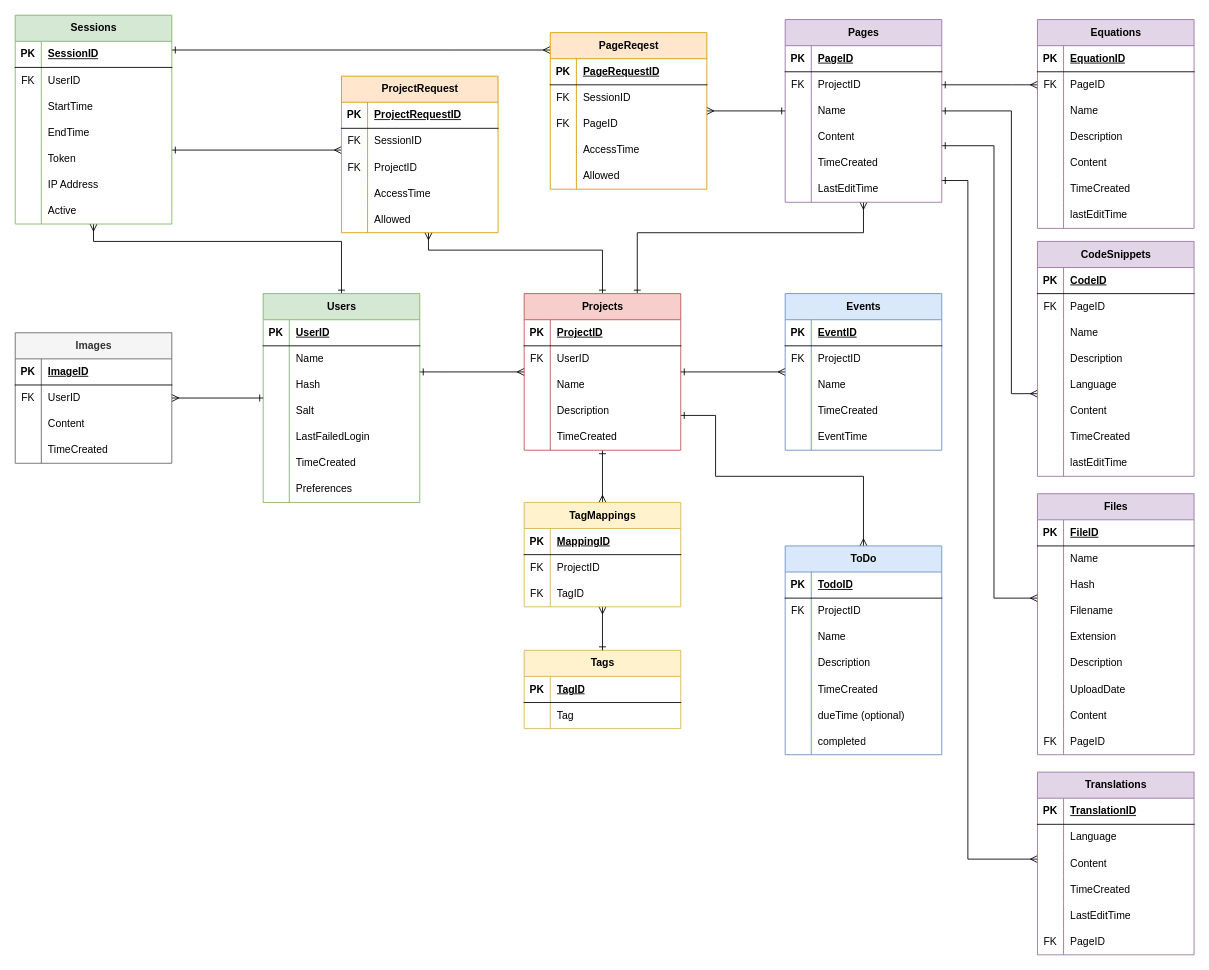
The draw.io diagram assets/ERD.drawio in Maple-Lazuli/one-place-v3, before the edit. Source tidied: cells renumbered, new cells numbered last; positions are measured from the earlier drawing's top-left corner, leaving out a move shared by most shapes. Both pictures are drawn from the tidied source at 87%, with x=0, y=0 at pixel (15, 15).
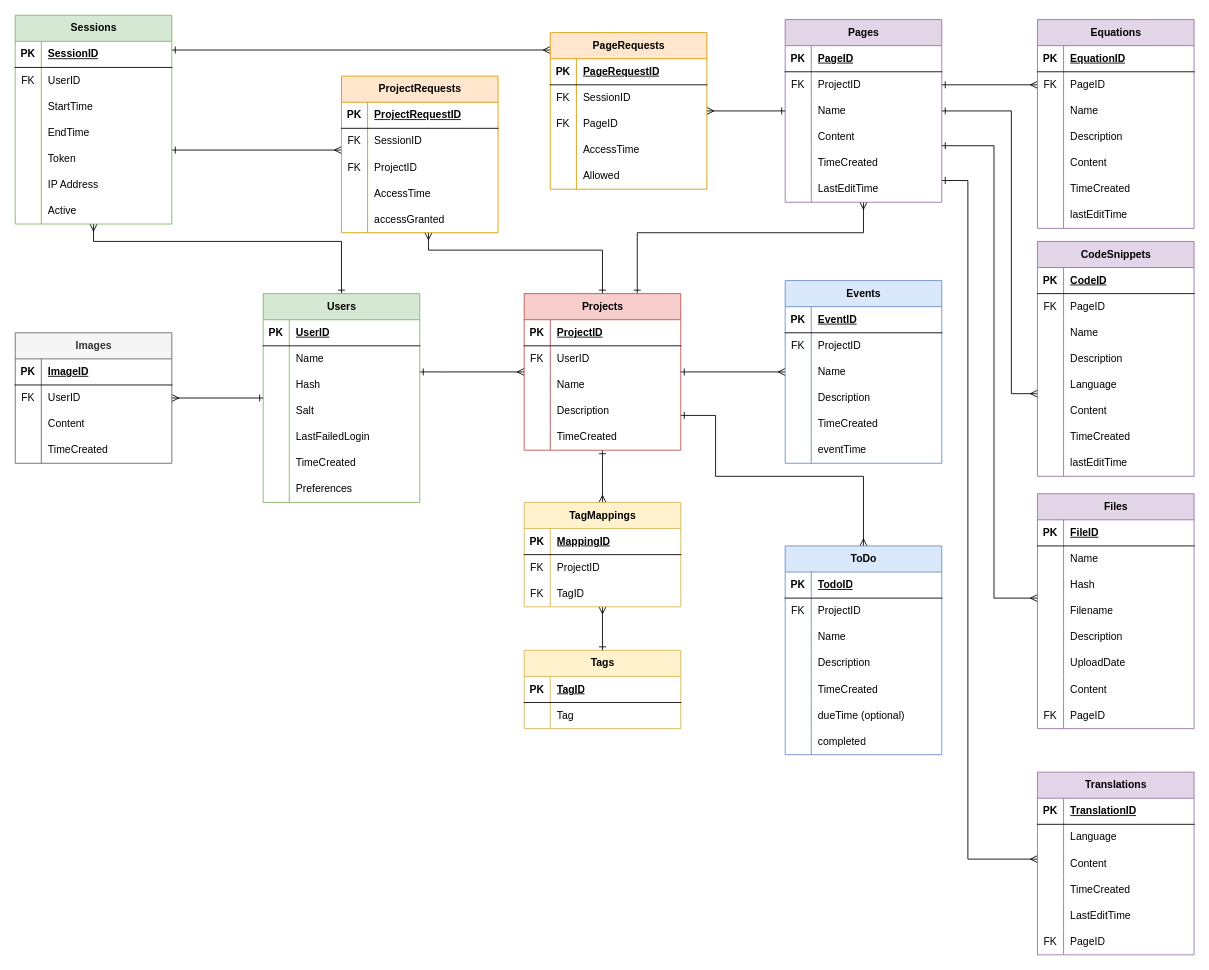
The same diagram, later.

Commit message (it also covers changes not shown here):
fixed issues with the ERD and the init sql

Unchanged cells that the change refers to:
```xml
<mxCell id="211" style="shape=tableRow;horizontal=0;startSize=0;swimlaneHead=0;swimlaneBody=0;fillColor=none;top=0;left=0;right=0;bottom=0;" parent="201" vertex="1">
  <mxGeometry y="120" width="180" height="30" as="geometry" />
</mxCell>
<mxCell id="214" style="shape=tableRow;horizontal=0;startSize=0;swimlaneHead=0;swimlaneBody=0;fillColor=none;top=0;left=0;right=0;bottom=0;" parent="201" vertex="1">
  <mxGeometry y="150" width="180" height="30" as="geometry" />
</mxCell>
<mxCell id="252" style="shape=tableRow;horizontal=0;startSize=0;swimlaneHead=0;swimlaneBody=0;fillColor=none;top=0;left=0;right=0;bottom=0;" parent="239" vertex="1">
  <mxGeometry y="150" width="180" height="30" as="geometry" />
</mxCell>
```

Diff of the diagram source:
```diff
@@
     <mxCell id="158" value="Files" style="shape=table;startSize=30;childLayout=tableLayout;rowLines=0;fontStyle=1;align=center;html=1;fillColor=#e1d5e7;strokeColor=#9673a6;" parent="1" vertex="1">
-      <mxGeometry x="1175" y="550" width="180" height="300" as="geometry" />
+      <mxGeometry x="1175" y="550" width="180" height="270" as="geometry" />
     </mxCell>
@@
-    <mxCell id="171" style="shape=tableRow;horizontal=0;startSize=0;swimlaneHead=0;swimlaneBody=0;fillColor=none;top=0;left=0;right=0;bottom=0;" parent="158" vertex="1">
-      <mxGeometry y="150" width="180" height="30" as="geometry" />
-    </mxCell>
-    <mxCell id="172" style="shape=partialRectangle;fillColor=none;top=0;left=0;bottom=0;right=0;overflow=hidden;whiteSpace=wrap;html=1;" parent="171" vertex="1">
-      <mxGeometry width="30" height="30" as="geometry" />
-    </mxCell>
-    <mxCell id="173" value="Extension" style="shape=partialRectangle;fillColor=none;top=0;left=0;bottom=0;right=0;align=left;spacingLeft=6;overflow=hidden;whiteSpace=wrap;html=1;" parent="171" vertex="1">
-      <mxGeometry x="30" width="150" height="30" as="geometry" />
-    </mxCell>
     <mxCell id="174" style="shape=tableRow;horizontal=0;startSize=0;swimlaneHead=0;swimlaneBody=0;fillColor=none;top=0;left=0;right=0;bottom=0;" parent="158" vertex="1">
-      <mxGeometry y="180" width="180" height="30" as="geometry" />
+      <mxGeometry y="150" width="180" height="30" as="geometry" />
     </mxCell>
@@
     <mxCell id="177" style="shape=tableRow;horizontal=0;startSize=0;swimlaneHead=0;swimlaneBody=0;fillColor=none;top=0;left=0;right=0;bottom=0;" parent="158" vertex="1">
-      <mxGeometry y="210" width="180" height="30" as="geometry" />
+      <mxGeometry y="180" width="180" height="30" as="geometry" />
     </mxCell>
@@
     <mxCell id="180" style="shape=tableRow;horizontal=0;startSize=0;swimlaneHead=0;swimlaneBody=0;fillColor=none;top=0;left=0;right=0;bottom=0;" parent="158" vertex="1">
-      <mxGeometry y="240" width="180" height="30" as="geometry" />
+      <mxGeometry y="210" width="180" height="30" as="geometry" />
     </mxCell>
@@
     <mxCell id="183" style="shape=tableRow;horizontal=0;startSize=0;swimlaneHead=0;swimlaneBody=0;fillColor=none;top=0;left=0;right=0;bottom=0;" parent="158" vertex="1">
-      <mxGeometry y="270" width="180" height="30" as="geometry" />
+      <mxGeometry y="240" width="180" height="30" as="geometry" />
     </mxCell>
@@
     <mxCell id="201" value="Events" style="shape=table;startSize=30;childLayout=tableLayout;rowLines=0;fontStyle=1;align=center;html=1;fillColor=#dae8fc;strokeColor=#6c8ebf;" parent="1" vertex="1">
-      <mxGeometry x="885" y="320" width="180" height="180" as="geometry" />
+      <mxGeometry x="885" y="305" width="180" height="210" as="geometry" />
     </mxCell>
@@
-    <mxCell id="213" value="TimeCreated" style="shape=partialRectangle;fillColor=none;top=0;left=0;bottom=0;right=0;align=left;spacingLeft=6;overflow=hidden;whiteSpace=wrap;html=1;" parent="211" vertex="1">
+    <mxCell id="213" value="Description" style="shape=partialRectangle;fillColor=none;top=0;left=0;bottom=0;right=0;align=left;spacingLeft=6;overflow=hidden;whiteSpace=wrap;html=1;" parent="211" vertex="1">
       <mxGeometry x="30" width="150" height="30" as="geometry" />
     </mxCell>
@@
-    <mxCell id="216" value="EventTime" style="shape=partialRectangle;fillColor=none;top=0;left=0;bottom=0;right=0;align=left;spacingLeft=6;overflow=hidden;whiteSpace=wrap;html=1;" parent="214" vertex="1">
+    <mxCell id="216" value="TimeCreated" style="shape=partialRectangle;fillColor=none;top=0;left=0;bottom=0;right=0;align=left;spacingLeft=6;overflow=hidden;whiteSpace=wrap;html=1;" parent="214" vertex="1">
       <mxGeometry x="30" width="150" height="30" as="geometry" />
     </mxCell>
+    <mxCell id="291" style="shape=tableRow;horizontal=0;startSize=0;swimlaneHead=0;swimlaneBody=0;fillColor=none;top=0;left=0;right=0;bottom=0;" parent="201" vertex="1">
+      <mxGeometry y="180" width="180" height="30" as="geometry" />
+    </mxCell>
+    <mxCell id="172" style="shape=partialRectangle;fillColor=none;top=0;left=0;bottom=0;right=0;overflow=hidden;whiteSpace=wrap;html=1;" parent="291" vertex="1">
+      <mxGeometry width="30" height="30" as="geometry" />
+    </mxCell>
+    <mxCell id="292" value="eventTime" style="shape=partialRectangle;fillColor=none;top=0;left=0;bottom=0;right=0;align=left;spacingLeft=6;overflow=hidden;whiteSpace=wrap;html=1;" parent="291" vertex="1">
+      <mxGeometry x="30" width="150" height="30" as="geometry" />
+    </mxCell>
@@
-    <mxCell id="239" value="ProjectRequest" style="shape=table;startSize=30;childLayout=tableLayout;rowLines=0;fontStyle=1;align=center;html=1;fillColor=#ffe6cc;strokeColor=#d79b00;" parent="1" vertex="1">
+    <mxCell id="239" value="ProjectRequests" style="shape=table;startSize=30;childLayout=tableLayout;rowLines=0;fontStyle=1;align=center;html=1;fillColor=#ffe6cc;strokeColor=#d79b00;" parent="1" vertex="1">
       <mxGeometry x="375" y="70" width="180" height="180" as="geometry" />
     </mxCell>
@@
-    <mxCell id="254" value="Allowed" style="shape=partialRectangle;fillColor=none;top=0;left=0;bottom=0;right=0;align=left;spacingLeft=6;overflow=hidden;whiteSpace=wrap;html=1;" parent="252" vertex="1">
+    <mxCell id="254" value="accessGranted" style="shape=partialRectangle;fillColor=none;top=0;left=0;bottom=0;right=0;align=left;spacingLeft=6;overflow=hidden;whiteSpace=wrap;html=1;" parent="252" vertex="1">
       <mxGeometry x="30" width="150" height="30" as="geometry" />
     </mxCell>
@@
-    <mxCell id="256" value="PageReqest" style="shape=table;startSize=30;childLayout=tableLayout;rowLines=0;fontStyle=1;align=center;html=1;fillColor=#ffe6cc;strokeColor=#d79b00;" parent="1" vertex="1">
+    <mxCell id="256" value="PageRequests" style="shape=table;startSize=30;childLayout=tableLayout;rowLines=0;fontStyle=1;align=center;html=1;fillColor=#ffe6cc;strokeColor=#d79b00;" parent="1" vertex="1">
       <mxGeometry x="615" y="20" width="180" height="180" as="geometry" />
     </mxCell>
```
